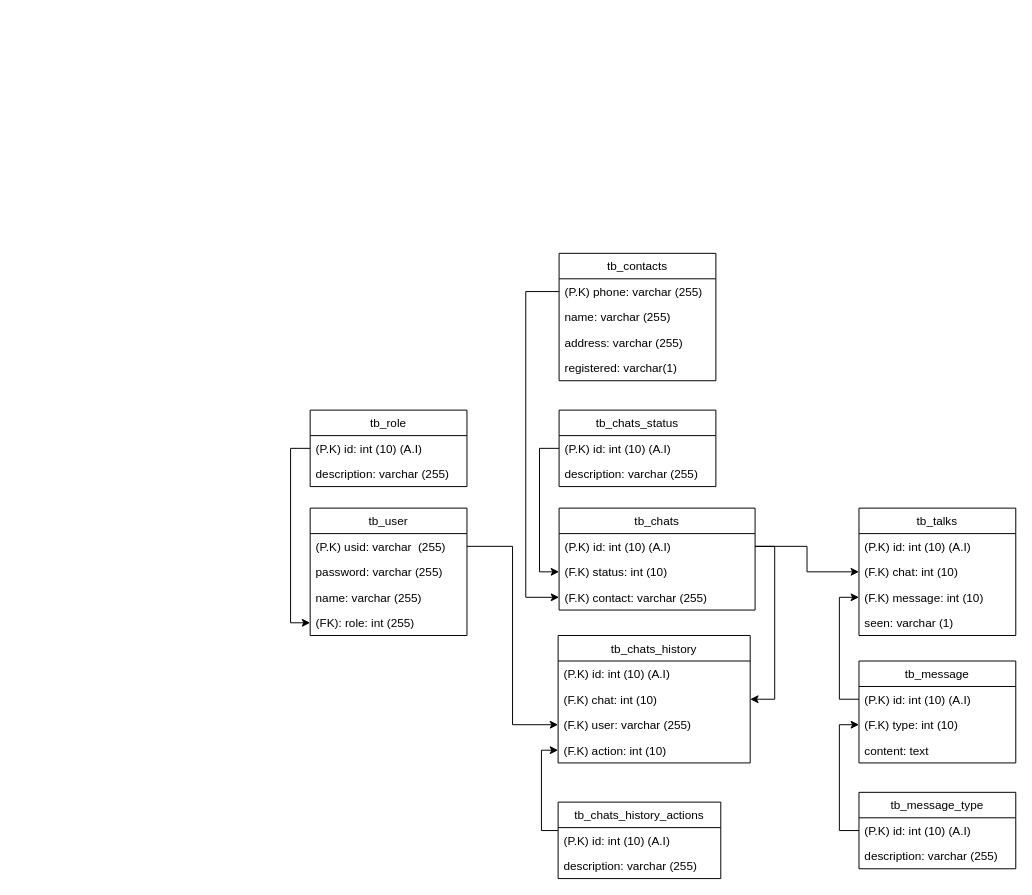
The draw.io diagram src/database/database.drawio in aka-sacci/chatbot-whatsapp-api, before the edit. Source tidied: cells renumbered, new cells numbered last; positions are measured from the earlier drawing's top-left corner, leaving out a move shared by most shapes. Both pictures are drawn from the tidied source at 98%, with x=0, y=0 at pixel (310, 253).
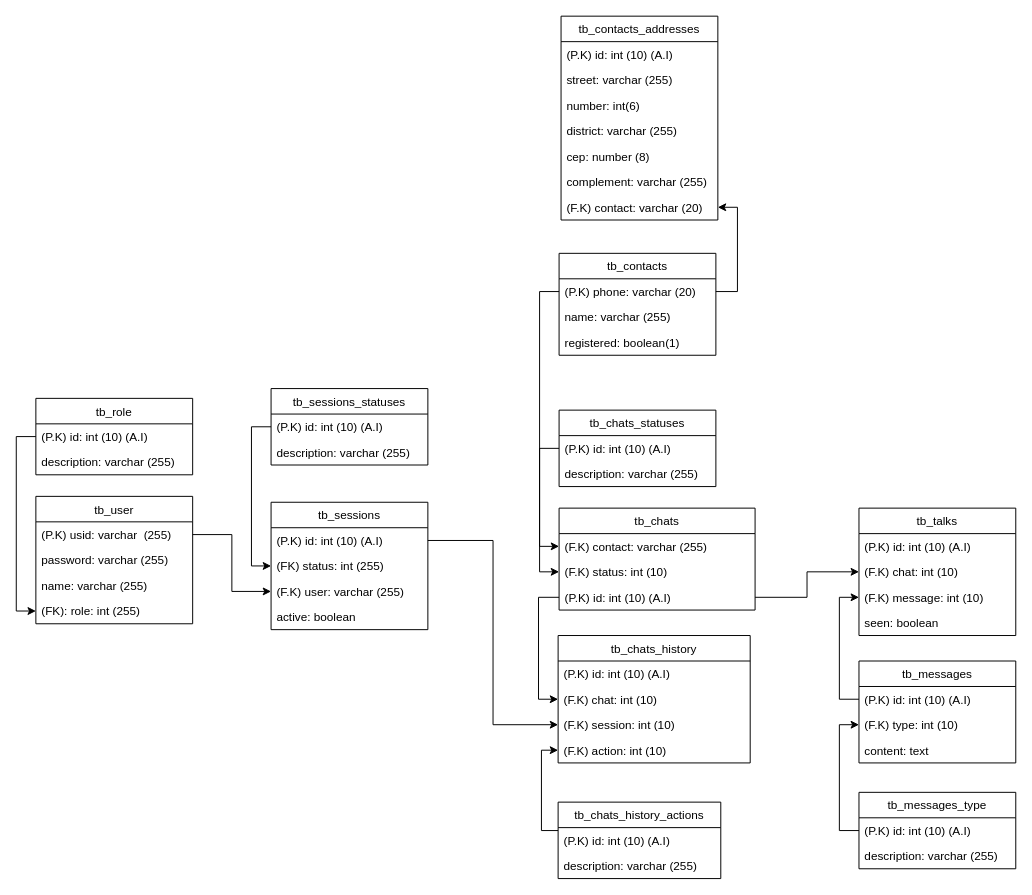
The same page after the edit.

Unchanged cells that the change refers to:
```xml
<mxCell id="3" value="(P.K) usid: varchar  (255)" style="text;strokeColor=none;fillColor=none;align=left;verticalAlign=top;spacingLeft=4;spacingRight=4;overflow=hidden;points=[[0,0.5],[1,0.5]];portConstraint=eastwest;" parent="2" vertex="1">
  <mxGeometry y="26" width="160" height="26" as="geometry" />
</mxCell>
<mxCell id="11" value="tb_chats" style="swimlane;fontStyle=0;horizontal=1;startSize=26;fillColor=none;" parent="1" vertex="1">
  <mxGeometry x="254" y="260" width="200" height="104" as="geometry" />
</mxCell>
<mxCell id="16" value="(P.K) id: int (10) (A.I)" style="text;strokeColor=none;fillColor=none;align=left;verticalAlign=top;spacingLeft=4;spacingRight=4;overflow=hidden;points=[[0,0.5],[1,0.5]];portConstraint=eastwest;" parent="15" vertex="1">
  <mxGeometry y="26" width="160" height="26" as="geometry" />
</mxCell>
<mxCell id="25" value="tb_chats_history" style="swimlane;fontStyle=0;horizontal=1;startSize=26;fillColor=none;" parent="1" vertex="1">
  <mxGeometry x="253" y="390" width="196" height="130" as="geometry" />
</mxCell>
<mxCell id="27" value="(F.K) chat: int (10)" style="text;strokeColor=none;fillColor=none;align=left;verticalAlign=top;spacingLeft=4;spacingRight=4;overflow=hidden;points=[[0,0.5],[1,0.5]];portConstraint=eastwest;" parent="25" vertex="1">
  <mxGeometry y="52" width="196" height="26" as="geometry" />
</mxCell>
<mxCell id="36" value="tb_talks" style="swimlane;fontStyle=0;horizontal=1;startSize=26;fillColor=none;" parent="1" vertex="1">
  <mxGeometry x="560" y="260" width="160" height="130" as="geometry" />
</mxCell>
```

Change to the diagram source:
```diff
@@
     <mxCell id="2" value="tb_user" style="swimlane;fontStyle=0;horizontal=1;startSize=26;fillColor=none;" parent="1" vertex="1">
-      <mxGeometry y="260" width="160" height="130" as="geometry" />
+      <mxGeometry x="-279.9" y="248" width="160" height="130" as="geometry" />
     </mxCell>
@@
     <mxCell id="7" value="tb_role" style="swimlane;fontStyle=0;horizontal=1;startSize=26;fillColor=none;" parent="1" vertex="1">
-      <mxGeometry y="160" width="160" height="78" as="geometry" />
+      <mxGeometry x="-279.9" y="148" width="160" height="78" as="geometry" />
     </mxCell>
@@
+    <mxCell id="14" value="(F.K) contact: varchar (255)" style="text;strokeColor=none;fillColor=none;align=left;verticalAlign=top;spacingLeft=4;spacingRight=4;overflow=hidden;points=[[0,0.5],[1,0.5]];portConstraint=eastwest;" parent="11" vertex="1">
+      <mxGeometry y="26" width="200" height="26" as="geometry" />
+    </mxCell>
+    <mxCell id="13" value="(F.K) status: int (10)" style="text;strokeColor=none;fillColor=none;align=left;verticalAlign=top;spacingLeft=4;spacingRight=4;overflow=hidden;points=[[0,0.5],[1,0.5]];portConstraint=eastwest;" parent="11" vertex="1">
+      <mxGeometry y="52" width="200" height="26" as="geometry" />
+    </mxCell>
     <mxCell id="12" value="(P.K) id: int (10) (A.I)" style="text;strokeColor=none;fillColor=none;align=left;verticalAlign=top;spacingLeft=4;spacingRight=4;overflow=hidden;points=[[0,0.5],[1,0.5]];portConstraint=eastwest;" parent="11" vertex="1">
-      <mxGeometry y="26" width="200" height="26" as="geometry" />
+      <mxGeometry y="78" width="200" height="26" as="geometry" />
     </mxCell>
-    <mxCell id="13" value="(F.K) status: int (10)" style="text;strokeColor=none;fillColor=none;align=left;verticalAlign=top;spacingLeft=4;spacingRight=4;overflow=hidden;points=[[0,0.5],[1,0.5]];portConstraint=eastwest;" parent="11" vertex="1">
-      <mxGeometry y="52" width="200" height="26" as="geometry" />
-    </mxCell>
-    <mxCell id="14" value="(F.K) contact: varchar (255)" style="text;strokeColor=none;fillColor=none;align=left;verticalAlign=top;spacingLeft=4;spacingRight=4;overflow=hidden;points=[[0,0.5],[1,0.5]];portConstraint=eastwest;" parent="11" vertex="1">
-      <mxGeometry y="78" width="200" height="26" as="geometry" />
-    </mxCell>
-    <mxCell id="15" value="tb_chats_status" style="swimlane;fontStyle=0;horizontal=1;startSize=26;fillColor=none;" parent="1" vertex="1">
+    <mxCell id="15" value="tb_chats_statuses" style="swimlane;fontStyle=0;horizontal=1;startSize=26;fillColor=none;" parent="1" vertex="1">
       <mxGeometry x="254" y="160" width="160" height="78" as="geometry" />
     </mxCell>
@@
     <mxCell id="18" value="tb_contacts" style="swimlane;fontStyle=0;horizontal=1;startSize=26;fillColor=none;" parent="1" vertex="1">
-      <mxGeometry x="254" width="160" height="130" as="geometry" />
+      <mxGeometry x="254" width="160" height="104" as="geometry" />
     </mxCell>
-    <mxCell id="19" value="(P.K) phone: varchar (255)" style="text;strokeColor=none;fillColor=none;align=left;verticalAlign=top;spacingLeft=4;spacingRight=4;overflow=hidden;points=[[0,0.5],[1,0.5]];portConstraint=eastwest;" parent="18" vertex="1">
+    <mxCell id="19" value="(P.K) phone: varchar (20)" style="text;strokeColor=none;fillColor=none;align=left;verticalAlign=top;spacingLeft=4;spacingRight=4;overflow=hidden;points=[[0,0.5],[1,0.5]];portConstraint=eastwest;" parent="18" vertex="1">
       <mxGeometry y="26" width="160" height="26" as="geometry" />
     </mxCell>
@@
-    <mxCell id="21" value="address: varchar (255)" style="text;strokeColor=none;fillColor=none;align=left;verticalAlign=top;spacingLeft=4;spacingRight=4;overflow=hidden;" parent="18" vertex="1">
-      <mxGeometry y="78" width="160" height="26" as="geometry" />
-    </mxCell>
-    <mxCell id="22" value="registered: varchar(1)" style="text;strokeColor=none;fillColor=none;align=left;verticalAlign=top;spacingLeft=4;spacingRight=4;overflow=hidden;" parent="18" vertex="1">
-      <mxGeometry y="104" width="160" height="26" as="geometry" />
+    <mxCell id="22" value="registered: boolean(1)" style="text;strokeColor=none;fillColor=none;align=left;verticalAlign=top;spacingLeft=4;spacingRight=4;overflow=hidden;" parent="18" vertex="1">
+      <mxGeometry y="78" width="160" height="26" as="geometry" />
     </mxCell>
-    <mxCell id="23" style="edgeStyle=orthogonalEdgeStyle;rounded=0;jettySize=auto;html=1;" parent="1" edge="1" source="19" target="14">
-      <mxGeometry relative="1" as="geometry">
-        <Array as="points">
-          <mxPoint x="220" y="39" />
-          <mxPoint x="220" y="351" />
-        </Array>
-      </mxGeometry>
-    </mxCell>
-    <mxCell id="24" style="edgeStyle=orthogonalEdgeStyle;rounded=0;jettySize=auto;html=1;entryX=0;entryY=0.5;entryDx=0;entryDy=0;" parent="1" edge="1" source="16" target="13">
-      <mxGeometry relative="1" as="geometry">
-        <Array as="points">
-          <mxPoint x="234" y="199" />
-          <mxPoint x="234" y="325" />
-        </Array>
-      </mxGeometry>
-    </mxCell>
@@
-    <mxCell id="28" value="(F.K) user: varchar (255)" style="text;strokeColor=none;fillColor=none;align=left;verticalAlign=top;spacingLeft=4;spacingRight=4;overflow=hidden;points=[[0,0.5],[1,0.5]];portConstraint=eastwest;" parent="25" vertex="1">
+    <mxCell id="28" value="(F.K) session: int (10)" style="text;strokeColor=none;fillColor=none;align=left;verticalAlign=top;spacingLeft=4;spacingRight=4;overflow=hidden;points=[[0,0.5],[1,0.5]];portConstraint=eastwest;" parent="25" vertex="1">
       <mxGeometry y="78" width="196" height="26" as="geometry" />
     </mxCell>
@@
-    <mxCell id="33" style="edgeStyle=orthogonalEdgeStyle;rounded=0;jettySize=auto;html=1;entryX=0;entryY=0.5;entryDx=0;entryDy=0;" parent="1" edge="1" source="3" target="28">
-      <mxGeometry relative="1" as="geometry" />
-    </mxCell>
@@
-    <mxCell id="35" style="edgeStyle=orthogonalEdgeStyle;rounded=0;jettySize=auto;html=1;entryX=1;entryY=0.5;entryDx=0;entryDy=0;" parent="1" edge="1" source="12" target="27">
-      <mxGeometry relative="1" as="geometry">
-        <Array as="points">
-          <mxPoint x="474" y="299" />
-          <mxPoint x="474" y="455" />
-        </Array>
-      </mxGeometry>
-    </mxCell>
@@
-    <mxCell id="40" value="seen: varchar (1)" style="text;strokeColor=none;fillColor=none;align=left;verticalAlign=top;spacingLeft=4;spacingRight=4;overflow=hidden;" parent="36" vertex="1">
+    <mxCell id="40" value="seen: boolean" style="text;strokeColor=none;fillColor=none;align=left;verticalAlign=top;spacingLeft=4;spacingRight=4;overflow=hidden;" parent="36" vertex="1">
       <mxGeometry y="104" width="160" height="26" as="geometry" />
     </mxCell>
@@
-    <mxCell id="43" value="tb_message_type" style="swimlane;fontStyle=0;horizontal=1;startSize=26;fillColor=none;" parent="1" vertex="1">
+    <mxCell id="43" value="tb_messages_type" style="swimlane;fontStyle=0;horizontal=1;startSize=26;fillColor=none;" parent="1" vertex="1">
       <mxGeometry x="560" y="550" width="160" height="78" as="geometry" />
     </mxCell>
@@
-    <mxCell id="46" value="tb_message" style="swimlane;fontStyle=0;horizontal=1;startSize=26;fillColor=none;" parent="1" vertex="1">
+    <mxCell id="46" value="tb_messages" style="swimlane;fontStyle=0;horizontal=1;startSize=26;fillColor=none;" parent="1" vertex="1">
       <mxGeometry x="560" y="416" width="160" height="104" as="geometry" />
     </mxCell>
@@
+    <mxCell id="51" value="tb_sessions" style="swimlane;fontStyle=0;horizontal=1;startSize=26;fillColor=none;" parent="1" vertex="1">
+      <mxGeometry x="-39.9" y="254" width="160" height="130" as="geometry" />
+    </mxCell>
+    <mxCell id="52" value="(P.K) id: int (10) (A.I)" style="text;strokeColor=none;fillColor=none;align=left;verticalAlign=top;spacingLeft=4;spacingRight=4;overflow=hidden;points=[[0,0.5],[1,0.5]];portConstraint=eastwest;" parent="51" vertex="1">
+      <mxGeometry y="26" width="160" height="26" as="geometry" />
+    </mxCell>
+    <mxCell id="53" value="(FK) status: int (255)" style="text;strokeColor=none;fillColor=none;align=left;verticalAlign=top;spacingLeft=4;spacingRight=4;overflow=hidden;points=[[0,0.5],[1,0.5]];portConstraint=eastwest;" parent="51" vertex="1">
+      <mxGeometry y="52" width="160" height="26" as="geometry" />
+    </mxCell>
+    <mxCell id="54" value="(F.K) user: varchar (255)" style="text;strokeColor=none;fillColor=none;align=left;verticalAlign=top;spacingLeft=4;spacingRight=4;overflow=hidden;points=[[0,0.5],[1,0.5]];portConstraint=eastwest;" parent="51" vertex="1">
+      <mxGeometry y="78" width="160" height="26" as="geometry" />
+    </mxCell>
+    <mxCell id="55" value="active: boolean" style="text;strokeColor=none;fillColor=none;align=left;verticalAlign=top;spacingLeft=4;spacingRight=4;overflow=hidden;" parent="51" vertex="1">
+      <mxGeometry y="104" width="160" height="26" as="geometry" />
+    </mxCell>
+    <mxCell id="56" value="tb_sessions_statuses" style="swimlane;fontStyle=0;horizontal=1;startSize=26;fillColor=none;" parent="1" vertex="1">
+      <mxGeometry x="-39.9" y="138" width="160" height="78" as="geometry" />
+    </mxCell>
+    <mxCell id="57" value="(P.K) id: int (10) (A.I)" style="text;strokeColor=none;fillColor=none;align=left;verticalAlign=top;spacingLeft=4;spacingRight=4;overflow=hidden;points=[[0,0.5],[1,0.5]];portConstraint=eastwest;" parent="56" vertex="1">
+      <mxGeometry y="26" width="160" height="26" as="geometry" />
+    </mxCell>
+    <mxCell id="58" value="description: varchar (255)" style="text;strokeColor=none;fillColor=none;align=left;verticalAlign=top;spacingLeft=4;spacingRight=4;overflow=hidden;" parent="56" vertex="1">
+      <mxGeometry y="52" width="160" height="26" as="geometry" />
+    </mxCell>
+    <mxCell id="59" style="edgeStyle=orthogonalEdgeStyle;rounded=0;jettySize=auto;html=1;entryX=0;entryY=0.5;entryDx=0;entryDy=0;" parent="1" edge="1" source="57" target="53">
+      <mxGeometry relative="1" as="geometry" />
+    </mxCell>
+    <mxCell id="60" style="edgeStyle=orthogonalEdgeStyle;rounded=0;jettySize=auto;html=1;entryX=0;entryY=0.5;entryDx=0;entryDy=0;" parent="1" edge="1" source="3" target="54">
+      <mxGeometry relative="1" as="geometry" />
+    </mxCell>
+    <mxCell id="35" style="edgeStyle=orthogonalEdgeStyle;rounded=0;jettySize=auto;html=1;entryX=0;entryY=0.5;entryDx=0;entryDy=0;" parent="1" edge="1" source="12" target="27">
+      <mxGeometry relative="1" as="geometry" />
+    </mxCell>
+    <mxCell id="24" style="edgeStyle=orthogonalEdgeStyle;rounded=0;jettySize=auto;html=1;entryX=0;entryY=0.5;entryDx=0;entryDy=0;" parent="1" edge="1" source="16" target="13">
+      <mxGeometry relative="1" as="geometry">
+        <Array as="points">
+          <mxPoint x="234.1" y="199" />
+          <mxPoint x="234.1" y="325" />
+        </Array>
+      </mxGeometry>
+    </mxCell>
+    <mxCell id="23" style="edgeStyle=orthogonalEdgeStyle;rounded=0;jettySize=auto;html=1;entryX=0;entryY=0.5;entryDx=0;entryDy=0;" parent="1" edge="1" source="19" target="14">
+      <mxGeometry relative="1" as="geometry">
+        <Array as="points">
+          <mxPoint x="234.1" y="39" />
+          <mxPoint x="234.1" y="299" />
+        </Array>
+      </mxGeometry>
+    </mxCell>
+    <mxCell id="61" style="edgeStyle=orthogonalEdgeStyle;rounded=0;jettySize=auto;html=1;entryX=0;entryY=0.5;entryDx=0;entryDy=0;" parent="1" edge="1" source="52" target="28">
+      <mxGeometry relative="1" as="geometry" />
+    </mxCell>
+    <mxCell id="62" value="tb_contacts_addresses" style="swimlane;fontStyle=0;horizontal=1;startSize=26;fillColor=none;" parent="1" vertex="1">
+      <mxGeometry x="256" y="-242" width="160" height="208" as="geometry" />
+    </mxCell>
+    <mxCell id="63" value="(P.K) id: int (10) (A.I)" style="text;strokeColor=none;fillColor=none;align=left;verticalAlign=top;spacingLeft=4;spacingRight=4;overflow=hidden;" parent="62" vertex="1">
+      <mxGeometry y="26" width="160" height="26" as="geometry" />
+    </mxCell>
+    <mxCell id="64" value="street: varchar (255)" style="text;strokeColor=none;fillColor=none;align=left;verticalAlign=top;spacingLeft=4;spacingRight=4;overflow=hidden;" parent="62" vertex="1">
+      <mxGeometry y="52" width="160" height="26" as="geometry" />
+    </mxCell>
+    <mxCell id="65" value="number: int(6)" style="text;strokeColor=none;fillColor=none;align=left;verticalAlign=top;spacingLeft=4;spacingRight=4;overflow=hidden;" parent="62" vertex="1">
+      <mxGeometry y="78" width="160" height="26" as="geometry" />
+    </mxCell>
+    <mxCell id="66" value="district: varchar (255)" style="text;strokeColor=none;fillColor=none;align=left;verticalAlign=top;spacingLeft=4;spacingRight=4;overflow=hidden;" parent="62" vertex="1">
+      <mxGeometry y="104" width="160" height="26" as="geometry" />
+    </mxCell>
+    <mxCell id="67" value="cep: number (8)" style="text;strokeColor=none;fillColor=none;align=left;verticalAlign=top;spacingLeft=4;spacingRight=4;overflow=hidden;" parent="62" vertex="1">
+      <mxGeometry y="130" width="160" height="26" as="geometry" />
+    </mxCell>
+    <mxCell id="68" value="complement: varchar (255)" style="text;strokeColor=none;fillColor=none;align=left;verticalAlign=top;spacingLeft=4;spacingRight=4;overflow=hidden;" parent="62" vertex="1">
+      <mxGeometry y="156" width="160" height="26" as="geometry" />
+    </mxCell>
+    <mxCell id="69" value="(F.K) contact: varchar (20)" style="text;strokeColor=none;fillColor=none;align=left;verticalAlign=top;spacingLeft=4;spacingRight=4;overflow=hidden;points=[[0,0.5],[1,0.5]];portConstraint=eastwest;" parent="62" vertex="1">
+      <mxGeometry y="182" width="160" height="26" as="geometry" />
+    </mxCell>
+    <mxCell id="70" style="edgeStyle=orthogonalEdgeStyle;rounded=0;jettySize=auto;html=1;entryX=1;entryY=0.5;entryDx=0;entryDy=0;" parent="1" edge="1" source="19" target="69">
+      <mxGeometry relative="1" as="geometry" />
+    </mxCell>
```
